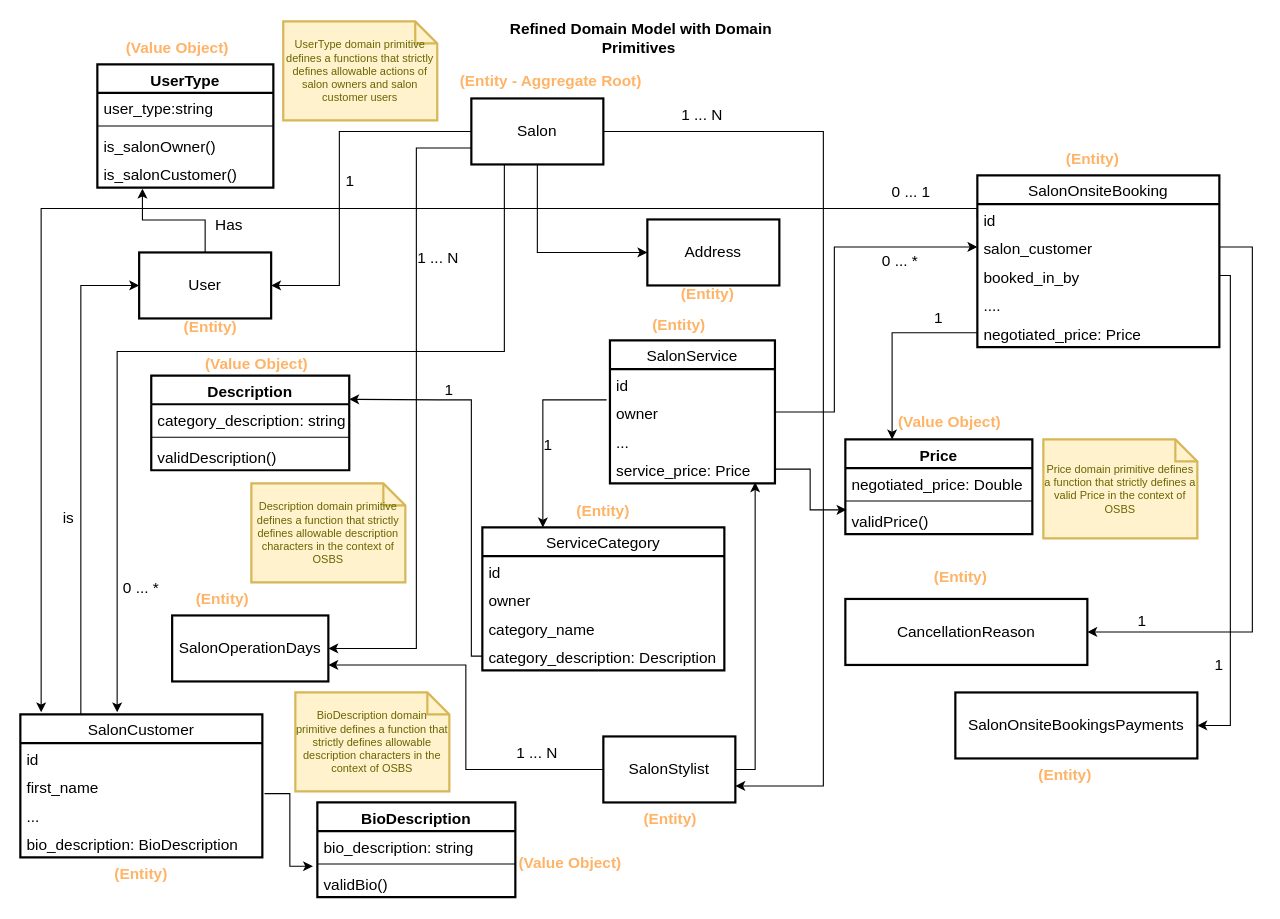
This is page "Refinement-Salon-Domain-Model" (2 of 3) of DDD-and-Ecore/Salon_domain-model.drawio from Egalaxykenya/IEICE-journal-paper-emeka, a draw.io file, before an edit. Source tidied: cells renumbered, new cells numbered last; positions are measured from the earlier drawing's top-left corner, leaving out a move shared by most shapes. Both pictures are drawn from the tidied source at 110%, with x=0, y=0 at pixel (20, 21).
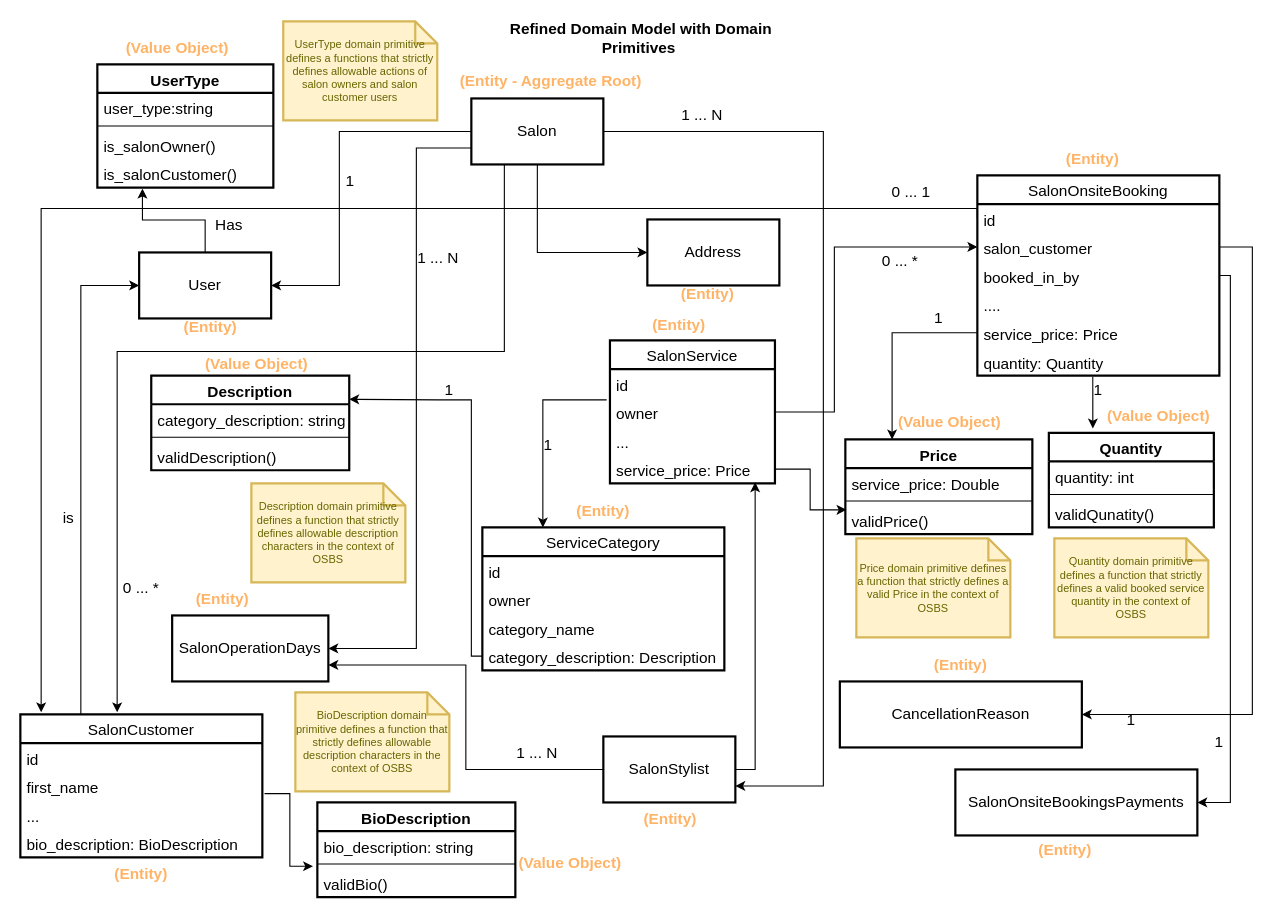
After the change.

The change refers to these unchanged cells:
```xml
<mxCell id="23" value="salon_customer" style="text;strokeColor=none;fillColor=none;align=left;verticalAlign=top;spacingLeft=4;spacingRight=4;overflow=hidden;points=[[0,0.5],[1,0.5]];portConstraint=eastwest;fontSize=14;" parent="21" vertex="1">
  <mxGeometry y="52" width="220" height="26" as="geometry" />
</mxCell>
<mxCell id="27" value="Price" style="swimlane;fontStyle=1;align=center;verticalAlign=top;horizontal=1;startSize=26;fontSize=14;strokeWidth=2;fillColor=none;" parent="1" vertex="1">
  <mxGeometry x="750" y="380" width="170" height="86" as="geometry" />
</mxCell>
```

The edit, as a diff of the source:
```diff
@@
     <mxCell id="21" value="SalonOnsiteBooking" style="swimlane;fontStyle=0;horizontal=1;startSize=26;fillColor=none;fontSize=14;strokeWidth=2;" parent="1" vertex="1">
-      <mxGeometry x="870" y="140" width="220" height="156" as="geometry" />
+      <mxGeometry x="870" y="140" width="220" height="182" as="geometry" />
     </mxCell>
@@
-    <mxCell id="26" value="negotiated_price: Price" style="text;strokeColor=none;fillColor=none;align=left;verticalAlign=top;spacingLeft=4;spacingRight=4;overflow=hidden;points=[[0,0.5],[1,0.5]];portConstraint=eastwest;fontSize=14;" parent="21" vertex="1">
+    <mxCell id="26" value="service_price: Price" style="text;strokeColor=none;fillColor=none;align=left;verticalAlign=top;spacingLeft=4;spacingRight=4;overflow=hidden;points=[[0,0.5],[1,0.5]];portConstraint=eastwest;fontSize=14;" parent="21" vertex="1">
       <mxGeometry y="130" width="220" height="26" as="geometry" />
     </mxCell>
+    <mxCell id="101" value="quantity: Quantity" style="text;strokeColor=none;fillColor=none;align=left;verticalAlign=top;spacingLeft=4;spacingRight=4;overflow=hidden;points=[[0,0.5],[1,0.5]];portConstraint=eastwest;fontSize=14;" parent="21" vertex="1">
+      <mxGeometry y="156" width="220" height="26" as="geometry" />
+    </mxCell>
@@
-    <mxCell id="28" value="negotiated_price: Double" style="text;strokeColor=none;fillColor=none;align=left;verticalAlign=top;spacingLeft=4;spacingRight=4;overflow=hidden;fontSize=14;" parent="27" vertex="1">
+    <mxCell id="28" value="service_price: Double" style="text;strokeColor=none;fillColor=none;align=left;verticalAlign=top;spacingLeft=4;spacingRight=4;overflow=hidden;fontSize=14;" parent="27" vertex="1">
       <mxGeometry y="26" width="170" height="26" as="geometry" />
     </mxCell>
@@
     <mxCell id="46" value="Price domain primitive defines a function that strictly defines a valid Price in the context of OSBS" style="shape=note;strokeWidth=2;fontSize=10;size=20;whiteSpace=wrap;html=1;fillColor=#fff2cc;strokeColor=#d6b656;fontColor=#666600;" parent="1" vertex="1">
-      <mxGeometry x="930" y="380" width="140" height="90" as="geometry" />
+      <mxGeometry x="760" y="470" width="140" height="90" as="geometry" />
     </mxCell>
@@
     <mxCell id="64" value="CancellationReason" style="rounded=0;whiteSpace=wrap;html=1;fontSize=14;strokeWidth=2;fillColor=none;" parent="1" vertex="1">
-      <mxGeometry x="750" y="525" width="220" height="60" as="geometry" />
+      <mxGeometry x="745" y="600" width="220" height="60" as="geometry" />
     </mxCell>
     <mxCell id="65" value="SalonOnsiteBookingsPayments" style="rounded=0;whiteSpace=wrap;html=1;fontSize=14;strokeWidth=2;fillColor=none;" parent="1" vertex="1">
-      <mxGeometry x="850" y="610" width="220" height="60" as="geometry" />
+      <mxGeometry x="850" y="680" width="220" height="60" as="geometry" />
     </mxCell>
@@
     <mxCell id="67" style="endArrow=classic;html=1;rounded=0;fontSize=10;edgeStyle=orthogonalEdgeStyle;entryX=1;entryY=0.5;entryDx=0;entryDy=0;exitX=1;exitY=0.5;exitDx=0;exitDy=0;" parent="1" edge="1" source="23" target="64">
       <mxGeometry relative="1" as="geometry">
         <Array as="points">
           <mxPoint x="1120" y="205" />
-          <mxPoint x="1120" y="555" />
+          <mxPoint x="1120" y="630" />
         </Array>
       </mxGeometry>
     </mxCell>
@@
     <mxCell id="86" value="1" style="text;html=1;strokeColor=none;fillColor=none;align=center;verticalAlign=middle;whiteSpace=wrap;rounded=0;fontSize=14;" parent="1" vertex="1">
-      <mxGeometry x="990" y="530" width="60" height="30" as="geometry" />
+      <mxGeometry x="980" y="620" width="60" height="30" as="geometry" />
     </mxCell>
     <mxCell id="87" value="1" style="text;html=1;strokeColor=none;fillColor=none;align=center;verticalAlign=middle;whiteSpace=wrap;rounded=0;fontSize=14;" parent="1" vertex="1">
-      <mxGeometry x="1060" y="570" width="60" height="30" as="geometry" />
+      <mxGeometry x="1060" y="640" width="60" height="30" as="geometry" />
     </mxCell>
@@
     <mxCell id="95" value="&lt;font color=&quot;#ffb366&quot;&gt;(Entity)&lt;/font&gt;" style="text;html=1;strokeColor=none;fillColor=none;align=center;verticalAlign=middle;whiteSpace=wrap;rounded=0;fontSize=14;fontStyle=1;" parent="1" vertex="1">
-      <mxGeometry x="800" y="490" width="110" height="30" as="geometry" />
+      <mxGeometry x="800" y="570" width="110" height="30" as="geometry" />
     </mxCell>
     <mxCell id="96" value="&lt;font color=&quot;#ffb366&quot;&gt;(Entity)&lt;/font&gt;" style="text;html=1;strokeColor=none;fillColor=none;align=center;verticalAlign=middle;whiteSpace=wrap;rounded=0;fontSize=14;fontStyle=1;" parent="1" vertex="1">
-      <mxGeometry x="895" y="670" width="110" height="30" as="geometry" />
+      <mxGeometry x="895" y="738" width="110" height="30" as="geometry" />
     </mxCell>
@@
+    <mxCell id="102" value="Quantity" style="swimlane;fontStyle=1;align=center;verticalAlign=top;horizontal=1;startSize=26;fontSize=14;strokeWidth=2;fillColor=none;" parent="1" vertex="1">
+      <mxGeometry x="935" y="374" width="150" height="86" as="geometry" />
+    </mxCell>
+    <mxCell id="103" value="quantity: int" style="text;strokeColor=none;fillColor=none;align=left;verticalAlign=top;spacingLeft=4;spacingRight=4;overflow=hidden;fontSize=14;" parent="102" vertex="1">
+      <mxGeometry y="26" width="150" height="26" as="geometry" />
+    </mxCell>
+    <mxCell id="104" style="line;strokeWidth=1;fillColor=none;align=left;verticalAlign=middle;spacingTop=-1;spacingLeft=3;spacingRight=3;labelPosition=right;fontSize=14;" parent="102" vertex="1">
+      <mxGeometry y="52" width="150" height="8" as="geometry" />
+    </mxCell>
+    <mxCell id="105" value="validQunatity()" style="text;strokeColor=none;fillColor=none;align=left;verticalAlign=top;spacingLeft=4;spacingRight=4;overflow=hidden;fontSize=14;" parent="102" vertex="1">
+      <mxGeometry y="60" width="150" height="26" as="geometry" />
+    </mxCell>
+    <mxCell id="106" value="&lt;font color=&quot;#ffb366&quot;&gt;(Value Object)&lt;/font&gt;" style="text;html=1;strokeColor=none;fillColor=none;align=center;verticalAlign=middle;whiteSpace=wrap;rounded=0;fontSize=14;fontStyle=1;" parent="1" vertex="1">
+      <mxGeometry x="980" y="344" width="110" height="30" as="geometry" />
+    </mxCell>
+    <mxCell id="107" value="Quantity domain primitive defines a function that strictly defines a valid booked service quantity in the context of OSBS" style="shape=note;strokeWidth=2;fontSize=10;size=20;whiteSpace=wrap;html=1;fillColor=#fff2cc;strokeColor=#d6b656;fontColor=#666600;" parent="1" vertex="1">
+      <mxGeometry x="940" y="470" width="140" height="90" as="geometry" />
+    </mxCell>
+    <mxCell id="108" style="endArrow=classic;html=1;rounded=0;exitX=0.477;exitY=1.038;exitDx=0;exitDy=0;exitPerimeter=0;" parent="1" edge="1" source="101">
+      <mxGeometry relative="1" as="geometry">
+        <mxPoint x="975" y="370" as="targetPoint" />
+      </mxGeometry>
+    </mxCell>
+    <mxCell id="109" value="1" style="text;html=1;strokeColor=none;fillColor=none;align=center;verticalAlign=middle;whiteSpace=wrap;rounded=0;fontSize=14;" parent="1" vertex="1">
+      <mxGeometry x="950" y="320" width="60" height="30" as="geometry" />
+    </mxCell>
```
